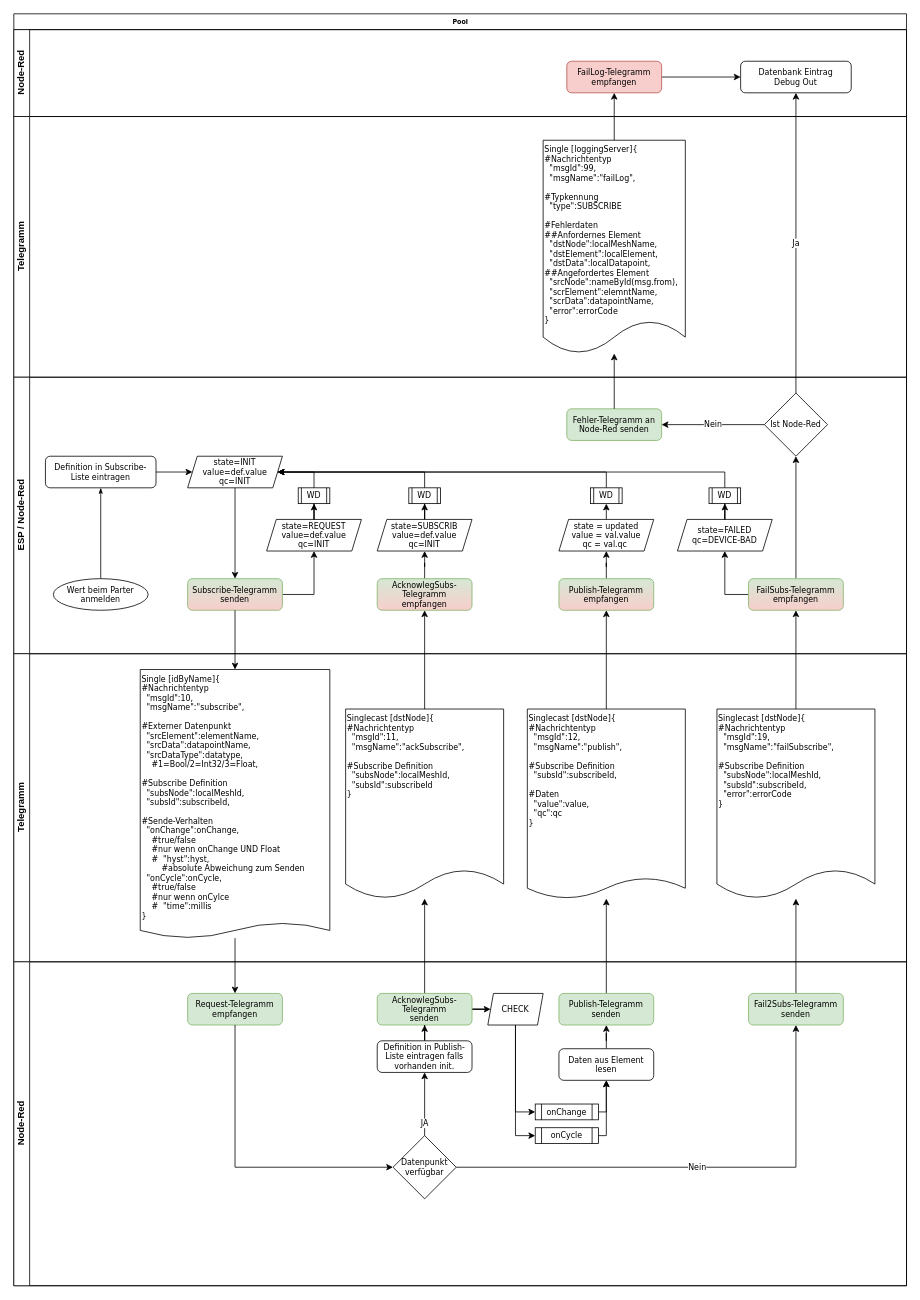
Before: page "Subscribe [1x]" (1 of 10) of Dokumente/IOT_Structure.drawio in IchOK/JCA_IOT, a draw.io diagram. Source tidied: cells renumbered, new cells numbered last; positions are measured from the earlier drawing's top-left corner, leaving out a move shared by most shapes. Both pictures are drawn from the tidied source at 79%, with x=0, y=0 at pixel (13, 13).
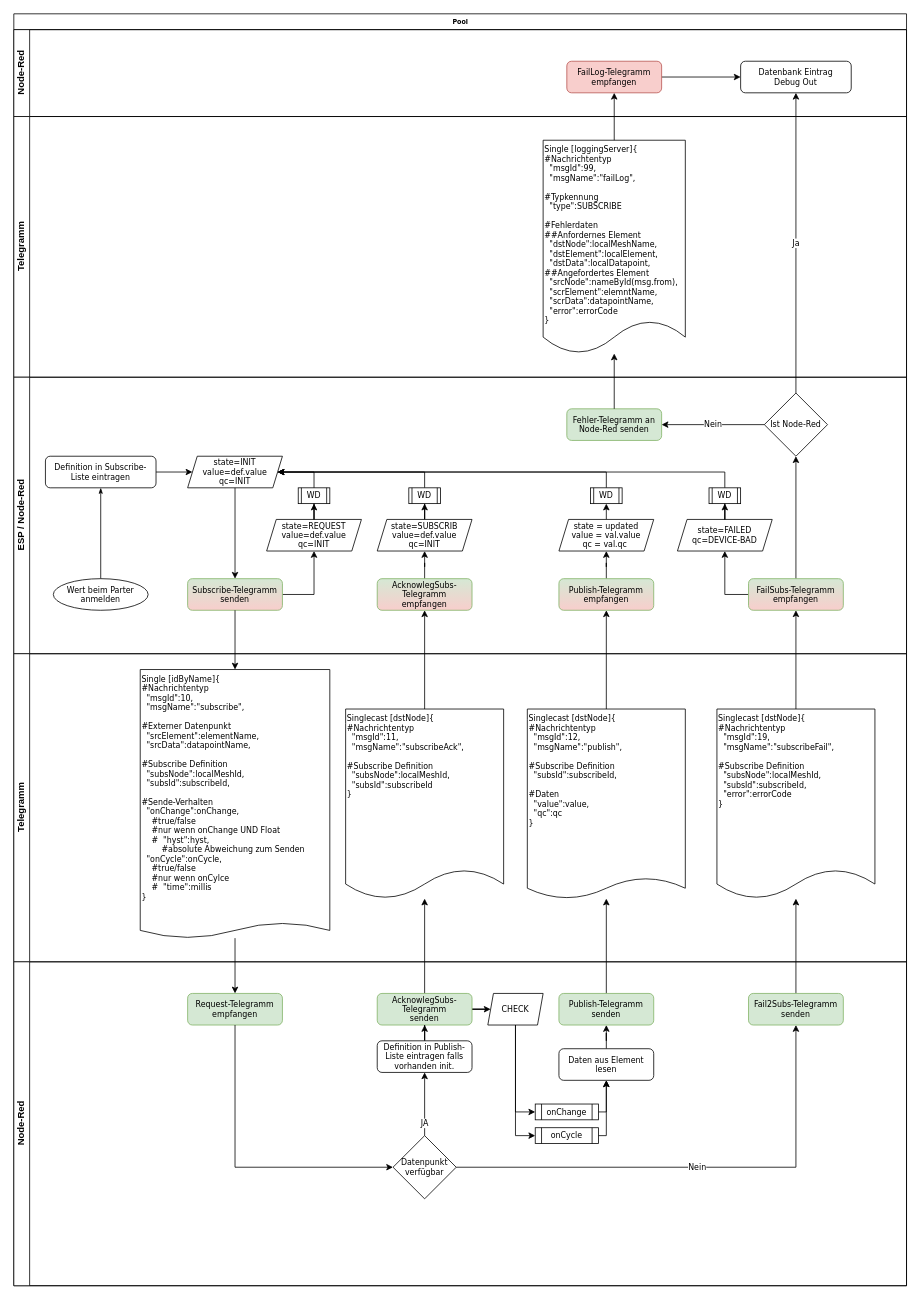
The same page after the edit.

Unchanged cells that the change refers to:
```xml
<mxCell id="44" value="Telegramm" style="swimlane;html=1;startSize=20;horizontal=0;swimlaneFillColor=none;" parent="2" vertex="1">
  <mxGeometry y="810" width="1130" height="390" as="geometry" />
</mxCell>
<mxCell id="60" value="Node-Red" style="swimlane;html=1;startSize=20;horizontal=0;" parent="2" vertex="1">
  <mxGeometry y="1200" width="1130" height="410" as="geometry" />
</mxCell>
<mxCell id="78" value="Definition in Publish-Liste eintragen falls vorhanden init." style="rounded=1;whiteSpace=wrap;html=1;shadow=0;fontFamily=Verdana;fontSize=10;fontColor=#000000;align=center;strokeColor=#000000;strokeWidth=1;fillColor=#ffffff;" parent="60" vertex="1">
  <mxGeometry x="460" y="100" width="120" height="40" as="geometry" />
</mxCell>
<mxCell id="81" value="Datenpunkt verfügbar" style="rhombus;whiteSpace=wrap;html=1;fontFamily=Verdana;fontSize=10;align=center;" parent="60" vertex="1">
  <mxGeometry x="480" y="220" width="80" height="80" as="geometry" />
</mxCell>
```

Change to the diagram source:
```diff
@@
-<mxGraphModel background="#ffffff">
+<mxGraphModel>
@@
-    <mxCell id="45" value="&lt;span&gt;Singlecast [dstNode]{&lt;br&gt;&lt;/span&gt;#Nachrichtentyp&lt;br&gt;&lt;span&gt;&amp;nbsp; &quot;msgId&quot;:19,&lt;br&gt;&lt;/span&gt;&amp;nbsp; &quot;msgName&quot;:&quot;failSubscribe&quot;,&lt;br&gt;&lt;br&gt;#Subscribe Definition&lt;br&gt;&amp;nbsp; &quot;subsNode&quot;:localMeshId,&lt;br&gt;&amp;nbsp; &quot;subsId&quot;:subscribeId,&lt;br&gt;&amp;nbsp; &quot;error&quot;:errorCode&lt;br&gt;}" style="shape=document;whiteSpace=wrap;html=1;boundedLbl=1;fontFamily=Verdana;fontSize=10;align=left;verticalAlign=top;size=0.15374128899606734;" parent="44" vertex="1">
+    <mxCell id="45" value="&lt;span&gt;Singlecast [dstNode]{&lt;br&gt;&lt;/span&gt;#Nachrichtentyp&lt;br&gt;&lt;span&gt;&amp;nbsp; &quot;msgId&quot;:19,&lt;br&gt;&lt;/span&gt;&amp;nbsp; &quot;msgName&quot;:&quot;subscribeFail&quot;,&lt;br&gt;&lt;br&gt;#Subscribe Definition&lt;br&gt;&amp;nbsp; &quot;subsNode&quot;:localMeshId,&lt;br&gt;&amp;nbsp; &quot;subsId&quot;:subscribeId,&lt;br&gt;&amp;nbsp; &quot;error&quot;:errorCode&lt;br&gt;}" style="shape=document;whiteSpace=wrap;html=1;boundedLbl=1;fontFamily=Verdana;fontSize=10;align=left;verticalAlign=top;size=0.15374128899606734;" parent="44" vertex="1">
       <mxGeometry x="890" y="70" width="200" height="240" as="geometry" />
     </mxCell>
@@
-    <mxCell id="47" value="&lt;span&gt;Singlecast [dstNode]{&lt;br&gt;&lt;/span&gt;#Nachrichtentyp&lt;br&gt;&lt;span&gt;&amp;nbsp; &quot;msgId&quot;:11,&lt;br&gt;&lt;/span&gt;&amp;nbsp; &quot;msgName&quot;:&quot;ackSubscribe&quot;,&lt;br&gt;&lt;br&gt;#Subscribe Definition&lt;br&gt;&amp;nbsp; &quot;subsNode&quot;:localMeshId,&lt;br&gt;&amp;nbsp; &quot;subsId&quot;:subscribeId&lt;br&gt;}" style="shape=document;whiteSpace=wrap;html=1;boundedLbl=1;fontFamily=Verdana;fontSize=10;align=left;verticalAlign=top;size=0.15374128899606734;" parent="44" vertex="1">
+    <mxCell id="47" value="&lt;span&gt;Singlecast [dstNode]{&lt;br&gt;&lt;/span&gt;#Nachrichtentyp&lt;br&gt;&lt;span&gt;&amp;nbsp; &quot;msgId&quot;:11,&lt;br&gt;&lt;/span&gt;&amp;nbsp; &quot;msgName&quot;:&quot;subscribeAck&quot;,&lt;br&gt;&lt;br&gt;#Subscribe Definition&lt;br&gt;&amp;nbsp; &quot;subsNode&quot;:localMeshId,&lt;br&gt;&amp;nbsp; &quot;subsId&quot;:subscribeId&lt;br&gt;}" style="shape=document;whiteSpace=wrap;html=1;boundedLbl=1;fontFamily=Verdana;fontSize=10;align=left;verticalAlign=top;size=0.15374128899606734;" parent="44" vertex="1">
       <mxGeometry x="420" y="70" width="200" height="240" as="geometry" />
     </mxCell>
-    <mxCell id="48" value="&lt;span&gt;Single [idByName]{&lt;br&gt;&lt;/span&gt;#Nachrichtentyp&lt;br&gt;&lt;span&gt;&amp;nbsp; &quot;msgId&quot;:10,&lt;br&gt;&lt;/span&gt;&amp;nbsp; &quot;msgName&quot;:&quot;subscribe&quot;,&lt;br&gt;&lt;br&gt;#Externer Datenpunkt&lt;br&gt;&lt;span&gt;&amp;nbsp; &quot;srcElement&quot;:elementName,&lt;br&gt;&amp;nbsp; &quot;srcData&quot;:datapointName,&lt;br&gt;&lt;/span&gt;&amp;nbsp; &quot;srcDataType&quot;:datatype,&lt;br&gt;&amp;nbsp; &amp;nbsp; #1=Bool/2=Int32/3=Float,&lt;br&gt;&lt;span&gt;&lt;br&gt;#Subscribe Definition&lt;br&gt;&amp;nbsp; &quot;subsNode&quot;:localMeshId,&lt;br&gt;&amp;nbsp; &quot;subsId&quot;:subscribeId,&lt;br&gt;&lt;/span&gt;&lt;span&gt;&lt;br&gt;#Sende-Verhalten&lt;br&gt;&amp;nbsp; &quot;onChange&quot;:onChange,&lt;br&gt;&amp;nbsp; &amp;nbsp; #true/false&lt;br&gt;&amp;nbsp; &amp;nbsp; #nur wenn onChange UND Float&lt;br&gt;&amp;nbsp; &amp;nbsp; #&amp;nbsp; &quot;hyst&quot;:hyst,&lt;br&gt;&amp;nbsp; &amp;nbsp; &amp;nbsp; &amp;nbsp; #absolute Abweichung zum Senden&lt;br&gt;&amp;nbsp; &quot;onCycle&quot;:onCycle,&lt;br&gt;&amp;nbsp; &amp;nbsp; #true/false&lt;br&gt;&amp;nbsp; &amp;nbsp; #nur wenn onCylce&lt;br&gt;&amp;nbsp; &amp;nbsp; #&amp;nbsp; &quot;time&quot;:millis&lt;br&gt;}&lt;br&gt;&lt;/span&gt;" style="shape=document;whiteSpace=wrap;html=1;boundedLbl=1;fontFamily=Verdana;fontSize=10;align=left;verticalAlign=top;size=0.05741488294536599;" parent="44" vertex="1">
+    <mxCell id="48" value="&lt;span&gt;Single [idByName]{&lt;br&gt;&lt;/span&gt;#Nachrichtentyp&lt;br&gt;&lt;span&gt;&amp;nbsp; &quot;msgId&quot;:10,&lt;br&gt;&lt;/span&gt;&amp;nbsp; &quot;msgName&quot;:&quot;subscribe&quot;,&lt;br&gt;&lt;br&gt;#Externer Datenpunkt&lt;br&gt;&lt;span&gt;&amp;nbsp; &quot;srcElement&quot;:elementName,&lt;br&gt;&amp;nbsp; &quot;srcData&quot;:datapointName,&lt;br&gt;&lt;/span&gt;&lt;span&gt;&lt;br&gt;#Subscribe Definition&lt;br&gt;&amp;nbsp; &quot;subsNode&quot;:localMeshId,&lt;br&gt;&amp;nbsp; &quot;subsId&quot;:subscribeId,&lt;br&gt;&lt;/span&gt;&lt;span&gt;&lt;br&gt;#Sende-Verhalten&lt;br&gt;&amp;nbsp; &quot;onChange&quot;:onChange,&lt;br&gt;&amp;nbsp; &amp;nbsp; #true/false&lt;br&gt;&amp;nbsp; &amp;nbsp; #nur wenn onChange UND Float&lt;br&gt;&amp;nbsp; &amp;nbsp; #&amp;nbsp; &quot;hyst&quot;:hyst,&lt;br&gt;&amp;nbsp; &amp;nbsp; &amp;nbsp; &amp;nbsp; #absolute Abweichung zum Senden&lt;br&gt;&amp;nbsp; &quot;onCycle&quot;:onCycle,&lt;br&gt;&amp;nbsp; &amp;nbsp; #true/false&lt;br&gt;&amp;nbsp; &amp;nbsp; #nur wenn onCylce&lt;br&gt;&amp;nbsp; &amp;nbsp; #&amp;nbsp; &quot;time&quot;:millis&lt;br&gt;}&lt;br&gt;&lt;/span&gt;" style="shape=document;whiteSpace=wrap;html=1;boundedLbl=1;fontFamily=Verdana;fontSize=10;align=left;verticalAlign=top;size=0.05741488294536599;" parent="44" vertex="1">
       <mxGeometry x="160" y="20" width="240" height="340" as="geometry" />
     </mxCell>
@@
     <mxCell id="64" style="edgeStyle=orthogonalEdgeStyle;rounded=0;jettySize=auto;html=1;fontFamily=Verdana;fontSize=10;" parent="60" edge="1" source="81" target="78">
-      <mxGeometry relative="1" as="geometry" />
+      <mxGeometry as="geometry" />
     </mxCell>
```
